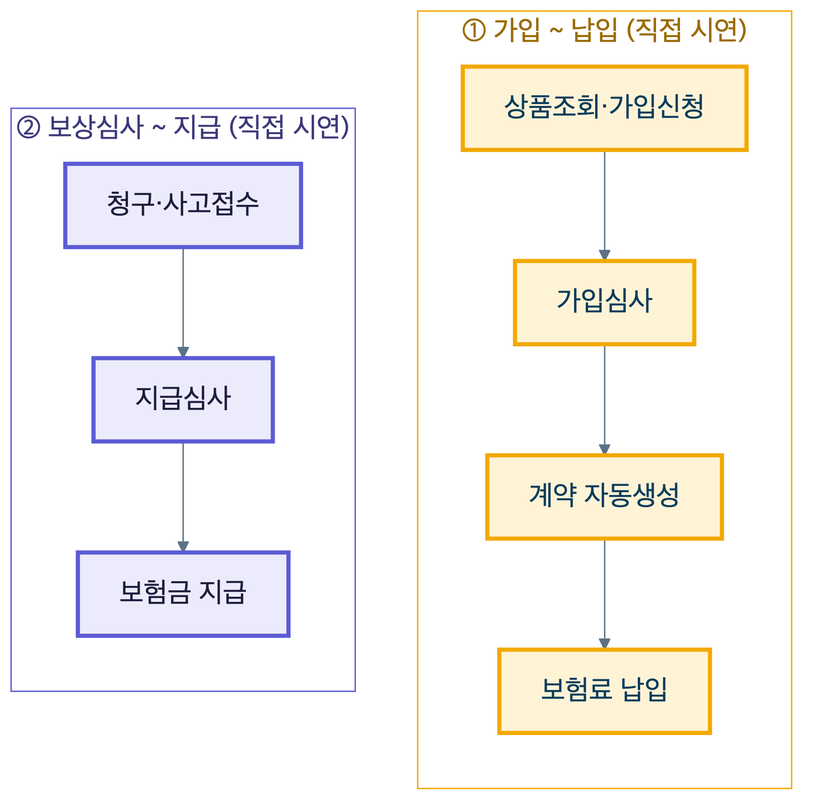
Above: docs/presentation/diagrams/uc-map.png in heyoonyoon/distributed-programming (Mermaid), before the change. Its source is kept beside it as docs/presentation/diagrams/uc-map.mmd.
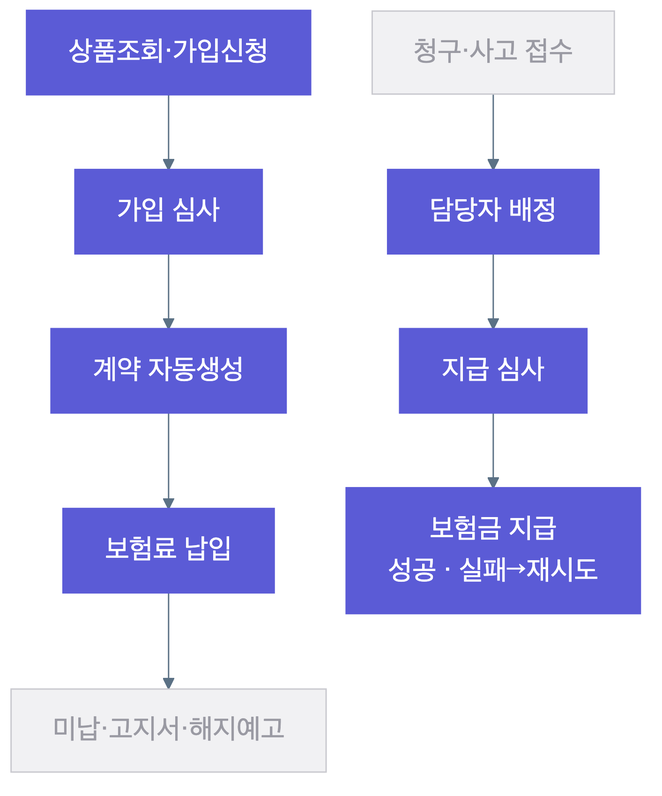
After the commit.

What changed in the source:
```diff
@@ -1,20 +1,6 @@
 flowchart TB
-  subgraph S1["① 가입 ~ 납입  (직접 시연)"]
-    direction TB
-    a1["상품조회·가입신청"]:::demo1
-    b1["가입심사"]:::demo1
-    c1["계약 자동생성"]:::demo1
-    a2["보험료 납입"]:::demo1
-    a1 --> b1 --> c1 --> a2
-  end
-  subgraph S2["② 보상심사 ~ 지급  (직접 시연)"]
-    direction TB
-    a3["청구·사고접수"]:::demo2
-    b2["지급심사"]:::demo2
-    c2["보험금 지급"]:::demo2
-    a3 --> b2 --> c2
-  end
-  classDef demo1 fill:#fff3d6,stroke:#f2a900,stroke-width:3px,color:#0b3d5c;
-  classDef demo2 fill:#ecebfb,stroke:#5b5bd6,stroke-width:3px,color:#1f1d3d;
-  style S1 fill:#ffffff,stroke:#f2a900,stroke-width:1px,color:#9a6b00;
-  style S2 fill:#ffffff,stroke:#5b5bd6,stroke-width:1px,color:#3d3a7a;
+  a0["상품조회·가입신청"]:::demo --> a1["가입 심사"]:::demo --> a2["계약 자동생성"]:::demo --> a3["보험료 납입"]:::demo --> a4["미납·고지서·해지예고"]:::off
+  b0["청구·사고 접수"]:::off --> b1["담당자 배정"]:::demo --> b2["지급 심사"]:::demo --> b3["보험금 지급<br/>성공 · 실패→재시도"]:::demo
+
+  classDef demo fill:#5b5bd6,stroke:#5b5bd6,stroke-width:2px,color:#ffffff;
+  classDef off fill:#f1f1f3,stroke:#c9c9cf,stroke-width:1px,color:#9a9aa3;
```
